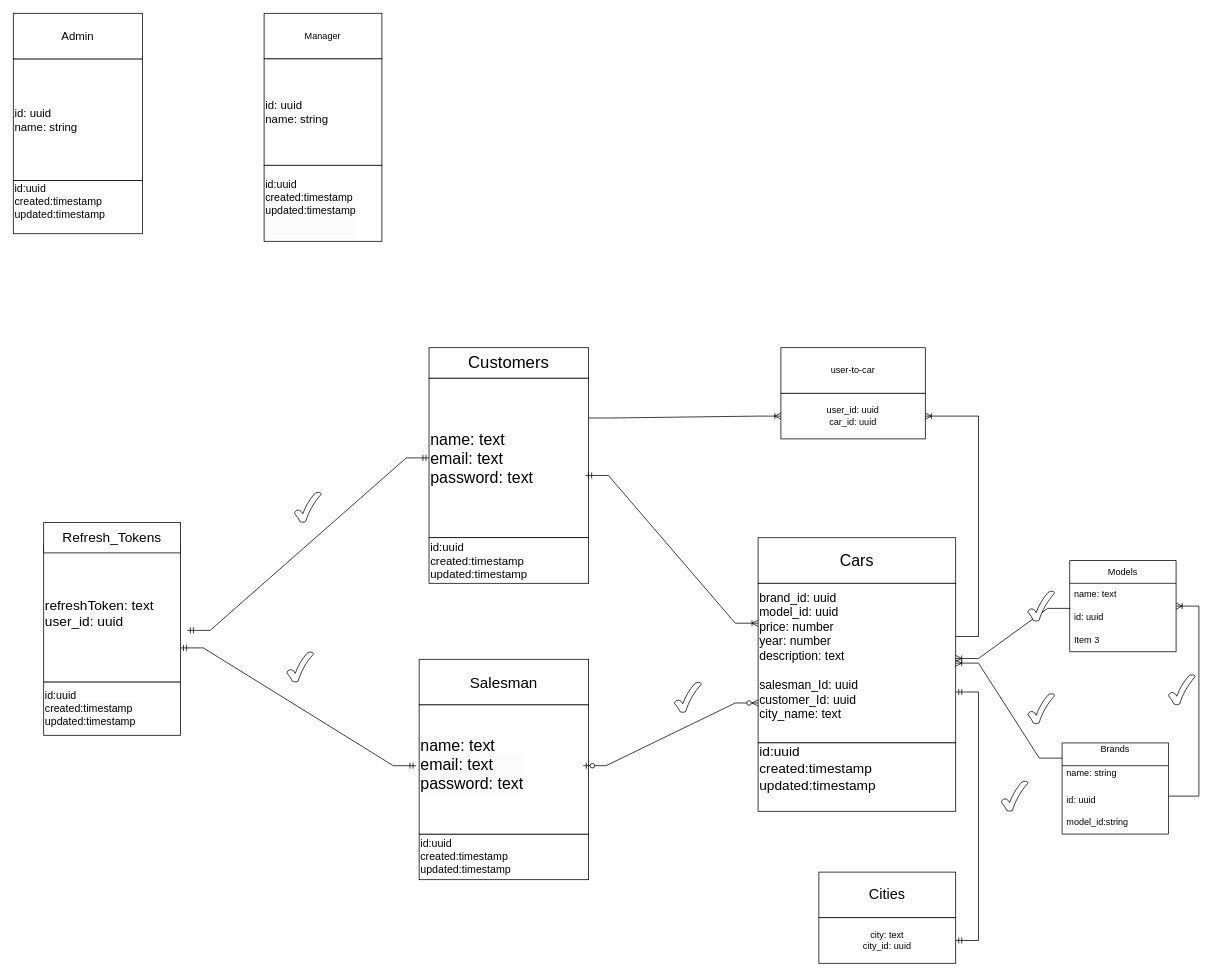
This is AutoRia.drawio from Alex1stTry/auto-ria-clone, a draw.io file, before an edit. Source tidied: cells renumbered, new cells numbered last; positions are measured from the earlier drawing's top-left corner, leaving out a move shared by most shapes. Both pictures are drawn from the tidied source at 76%, with x=0, y=0 at pixel (-86, 13).
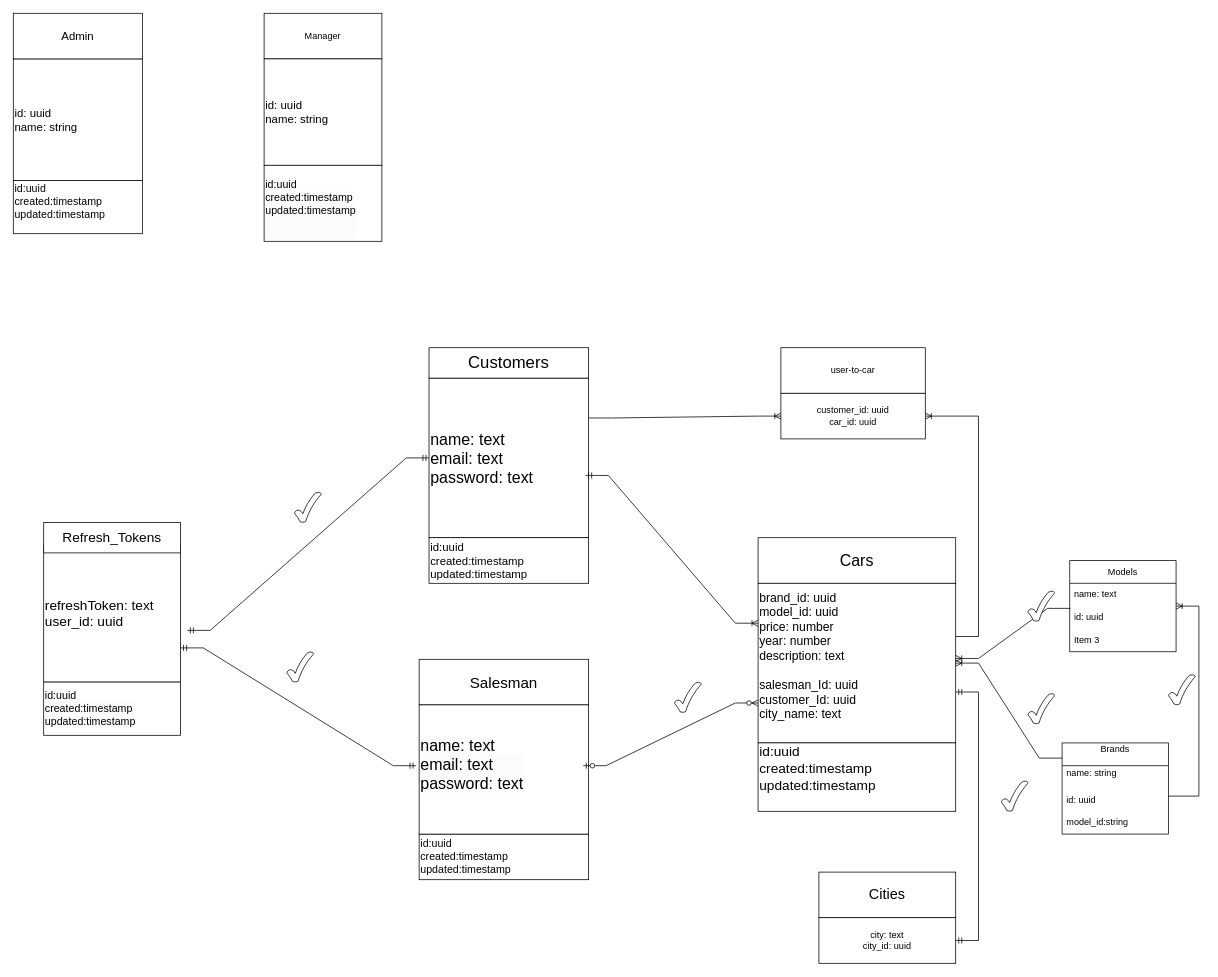
After the change.

Change to the diagram source:
```diff
@@
-    <mxCell id="20" value="user_id: uuid&lt;div&gt;car_id: uuid&lt;/div&gt;" style="whiteSpace=wrap;html=1;labelBackgroundColor=none;" parent="1" vertex="1">
+    <mxCell id="20" value="customer&lt;span style=&quot;background-color: initial;&quot;&gt;_id: uuid&lt;/span&gt;&lt;div&gt;&lt;div&gt;car_id: uuid&lt;/div&gt;&lt;/div&gt;" style="whiteSpace=wrap;html=1;labelBackgroundColor=none;" parent="1" vertex="1">
       <mxGeometry x="1140" y="500" width="190" height="60" as="geometry" />
     </mxCell>
```
